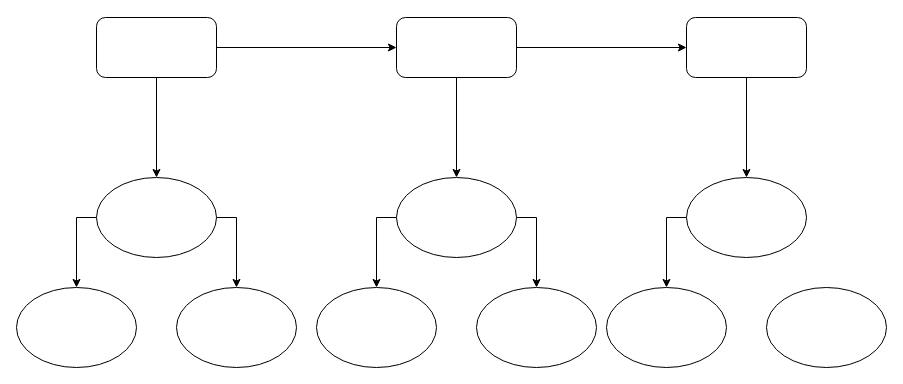
Pillowin/minishell keeps this draw.io diagram as page "Page-5" (5 of 6) of tree.drawio. Above is the earlier version. Source tidied: cells renumbered, new cells numbered last; positions are measured from the earlier drawing's top-left corner, leaving out a move shared by most shapes. Both pictures are drawn from the tidied source at 100%, with x=0, y=0 at pixel (16, 17).
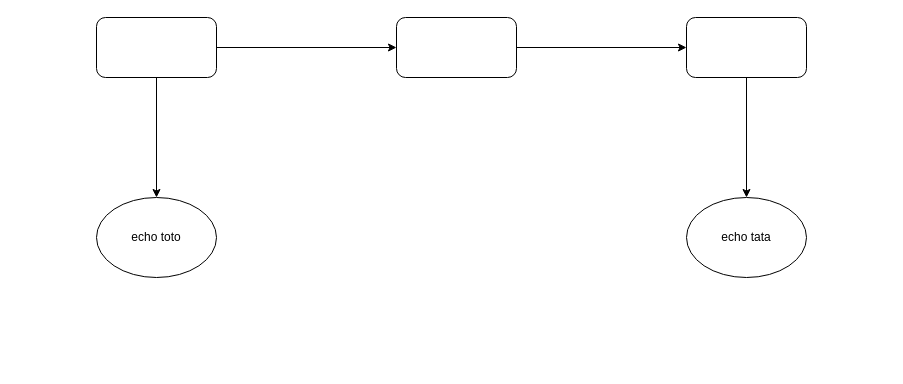
Above is the later version.

The change refers to these unchanged cells:
```xml
<mxCell id="4" style="rounded=1;whiteSpace=wrap;html=1;" parent="1" vertex="1">
  <mxGeometry x="380" width="120" height="60" as="geometry" />
</mxCell>
<mxCell id="9" style="rounded=1;whiteSpace=wrap;html=1;" parent="1" vertex="1">
  <mxGeometry x="670" width="120" height="60" as="geometry" />
</mxCell>
```

What changed in the source:
```diff
@@
-    <mxCell id="3" style="edgeStyle=orthogonalEdgeStyle;rounded=0;jettySize=auto;html=1;exitX=0.5;exitY=1;exitDx=0;exitDy=0;entryX=0.5;entryY=0;entryDx=0;entryDy=0;" parent="1" edge="1" source="4" target="19">
-      <mxGeometry relative="1" as="geometry" />
-    </mxCell>
@@
-    <mxCell id="8" style="edgeStyle=orthogonalEdgeStyle;rounded=0;jettySize=auto;html=1;exitX=0.5;exitY=1;exitDx=0;exitDy=0;entryX=0.5;entryY=0;entryDx=0;entryDy=0;" parent="1" edge="1" source="9" target="23">
+    <mxCell id="8" style="edgeStyle=orthogonalEdgeStyle;rounded=0;jettySize=auto;html=1;exitX=0.5;exitY=1;exitDx=0;exitDy=0;entryX=0.5;entryY=0;entryDx=0;entryDy=0;" parent="1" edge="1" source="9">
       <mxGeometry relative="1" as="geometry" />
     </mxCell>
+    <mxCell id="24" style="edgeStyle=orthogonalEdgeStyle;rounded=0;jettySize=auto;html=1;exitX=0.5;exitY=1;exitDx=0;exitDy=0;entryX=0.5;entryY=0;entryDx=0;entryDy=0;" parent="1" edge="1" source="9" target="25">
+      <mxGeometry relative="1" as="geometry" />
+    </mxCell>
@@
-    <mxCell id="10" style="ellipse;whiteSpace=wrap;html=1;" parent="1" vertex="1">
-      <mxGeometry y="270" width="120" height="80" as="geometry" />
-    </mxCell>
-    <mxCell id="11" style="ellipse;whiteSpace=wrap;html=1;" parent="1" vertex="1">
-      <mxGeometry x="160" y="270" width="120" height="80" as="geometry" />
-    </mxCell>
-    <mxCell id="12" style="edgeStyle=orthogonalEdgeStyle;rounded=0;jettySize=auto;html=1;exitX=1;exitY=0.5;exitDx=0;exitDy=0;entryX=0.5;entryY=0;entryDx=0;entryDy=0;" parent="1" edge="1" source="14" target="11">
-      <mxGeometry relative="1" as="geometry" />
-    </mxCell>
-    <mxCell id="13" style="edgeStyle=orthogonalEdgeStyle;rounded=0;jettySize=auto;html=1;exitX=0;exitY=0.5;exitDx=0;exitDy=0;entryX=0.5;entryY=0;entryDx=0;entryDy=0;" parent="1" edge="1" source="14" target="10">
-      <mxGeometry relative="1" as="geometry" />
-    </mxCell>
-    <mxCell id="14" style="ellipse;whiteSpace=wrap;html=1;" parent="1" vertex="1">
-      <mxGeometry x="80" y="160" width="120" height="80" as="geometry" />
+    <mxCell id="14" value="echo toto" style="ellipse;whiteSpace=wrap;html=1;" parent="1" vertex="1">
+      <mxGeometry x="80" y="180" width="120" height="80" as="geometry" />
     </mxCell>
-    <mxCell id="15" style="ellipse;whiteSpace=wrap;html=1;" parent="1" vertex="1">
-      <mxGeometry x="300" y="270" width="120" height="80" as="geometry" />
-    </mxCell>
-    <mxCell id="16" style="ellipse;whiteSpace=wrap;html=1;" parent="1" vertex="1">
-      <mxGeometry x="460" y="270" width="120" height="80" as="geometry" />
-    </mxCell>
-    <mxCell id="17" style="edgeStyle=orthogonalEdgeStyle;rounded=0;jettySize=auto;html=1;exitX=1;exitY=0.5;exitDx=0;exitDy=0;entryX=0.5;entryY=0;entryDx=0;entryDy=0;" parent="1" edge="1" source="19" target="16">
-      <mxGeometry relative="1" as="geometry" />
+    <mxCell id="17" style="edgeStyle=orthogonalEdgeStyle;rounded=0;orthogonalLoop=1;jettySize=auto;html=1;exitX=1;exitY=0.5;exitDx=0;exitDy=0;entryX=0.5;entryY=0;entryDx=0;entryDy=0;" parent="1" edge="1">
+      <mxGeometry relative="1" as="geometry">
+        <mxPoint x="530" y="220" as="sourcePoint" />
+      </mxGeometry>
     </mxCell>
-    <mxCell id="18" style="edgeStyle=orthogonalEdgeStyle;rounded=0;jettySize=auto;html=1;exitX=0;exitY=0.5;exitDx=0;exitDy=0;entryX=0.5;entryY=0;entryDx=0;entryDy=0;" parent="1" edge="1" source="19" target="15">
-      <mxGeometry relative="1" as="geometry" />
+    <mxCell id="18" style="edgeStyle=orthogonalEdgeStyle;rounded=0;orthogonalLoop=1;jettySize=auto;html=1;exitX=0;exitY=0.5;exitDx=0;exitDy=0;entryX=0.5;entryY=0;entryDx=0;entryDy=0;" parent="1" edge="1">
+      <mxGeometry relative="1" as="geometry">
+        <mxPoint x="410" y="220" as="sourcePoint" />
+      </mxGeometry>
     </mxCell>
-    <mxCell id="19" style="ellipse;whiteSpace=wrap;html=1;" parent="1" vertex="1">
-      <mxGeometry x="380" y="160" width="120" height="80" as="geometry" />
-    </mxCell>
-    <mxCell id="20" style="ellipse;whiteSpace=wrap;html=1;" parent="1" vertex="1">
-      <mxGeometry x="590" y="270" width="120" height="80" as="geometry" />
-    </mxCell>
-    <mxCell id="21" style="ellipse;whiteSpace=wrap;html=1;" parent="1" vertex="1">
-      <mxGeometry x="750" y="270" width="120" height="80" as="geometry" />
-    </mxCell>
-    <mxCell id="22" style="edgeStyle=orthogonalEdgeStyle;rounded=0;jettySize=auto;html=1;exitX=0;exitY=0.5;exitDx=0;exitDy=0;entryX=0.5;entryY=0;entryDx=0;entryDy=0;" parent="1" edge="1" source="23" target="20">
-      <mxGeometry relative="1" as="geometry" />
-    </mxCell>
-    <mxCell id="23" style="ellipse;whiteSpace=wrap;html=1;" parent="1" vertex="1">
-      <mxGeometry x="670" y="160" width="120" height="80" as="geometry" />
-    </mxCell>
+    <mxCell id="25" value="echo tata" style="ellipse;whiteSpace=wrap;html=1;" parent="1" vertex="1">
+      <mxGeometry x="670" y="180" width="120" height="80" as="geometry" />
+    </mxCell>
```
